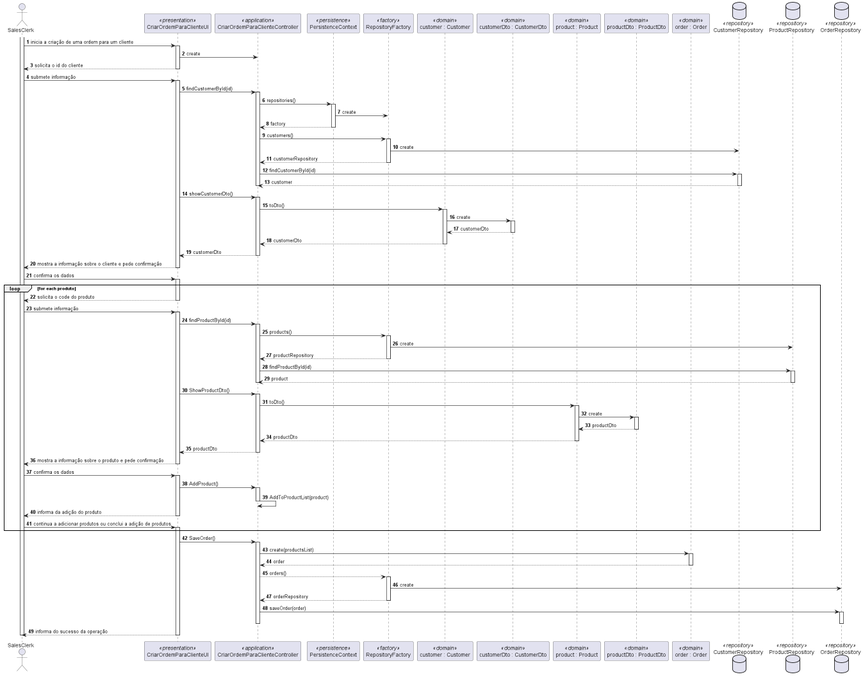
1190772/LAB-Project-4 keeps this PlantUML diagram as Documentação/1190679/US1004/1004_SD.png. Above is the earlier version. Its diagram source:
```plantuml
@startuml
autonumber
actor "SalesClerk" as SC
participant "CriarOrdemParaClienteUI" as UI <<presentation>>
participant "CriarOrdemParaClienteController" as CTRL <<application>>
participant PersistenceContext as PER <<persistence>>
participant "RepositoryFactory" as REPOFACT <<factory>>
participant "customer : Customer" as CUST <<domain>>
participant "customerDto : CustomerDto" as custDTO <<domain>>
participant "product : Product" as PROD <<domain>>
participant "productDto : ProductDto" as prodDTO <<domain>>
participant "order : Order" as ORD <<domain>>
database "CustomerRepository" as custREPO <<repository>>
database "ProductRepository" as prodREPO <<repository>>
database "OrderRepository" as ordREPO <<repository>>



activate SC
SC -> UI : inicia a criação de uma ordem para um cliente
activate UI
UI -> CTRL : create
UI --> SC : solicita o id do cliente
deactivate UI
SC -> UI : submete informação
activate UI
UI -> CTRL : findCustomerById(id)
activate CTRL
CTRL -> PER : repositories()
activate PER
PER -> REPOFACT : create
PER --> CTRL : factory
deactivate PER
CTRL -> REPOFACT : customers()
activate REPOFACT
REPOFACT -> custREPO : create
REPOFACT --> CTRL : customerRepository
deactivate REPOFACT
CTRL -> custREPO : findCustomerById(id)
activate custREPO
custREPO --> CTRL : customer
deactivate custREPO
deactivate CTRL
UI -> CTRL : showCustomerDto()
activate CTRL
CTRL -> CUST : toDto()
activate CUST
CUST -> custDTO : create
activate custDTO
custDTO --> CUST : customerDto
deactivate custDTO
CUST --> CTRL : customerDto
deactivate CUST
CTRL --> UI : customerDto
deactivate CTRL
UI --> SC : mostra a informação sobre o cliente e pede confirmação
deactivate UI
SC -> UI : confirma os dados
activate UI

loop for each produto
UI --> SC : solicita o code do produto
deactivate UI
SC -> UI : submete informação
activate UI
UI -> CTRL : findProductById(id)
activate CTRL
CTRL -> REPOFACT : products()
activate REPOFACT
REPOFACT -> prodREPO : create
REPOFACT --> CTRL : productRepository
deactivate REPOFACT
CTRL -> prodREPO : findProductById(id)
activate prodREPO
prodREPO --> CTRL : product
deactivate prodREPO
deactivate CTRL
UI -> CTRL : ShowProductDto()
activate CTRL
CTRL -> PROD : toDto()
activate PROD
PROD -> prodDTO : create
activate prodDTO
prodDTO --> PROD : productDto
deactivate prodDTO
PROD --> CTRL : productDto
deactivate PROD
CTRL --> UI : productDto
deactivate CTRL
UI --> SC : mostra a informação sobre o produto e pede confirmação
deactivate UI
SC -> UI : confirma os dados
activate UI
UI -> CTRL : AddProduct()
activate CTRL
CTRL -> CTRL : AddToProductList(product)
deactivate CTRL
UI --> SC : informa da adição do produto
deactivate UI
SC -> UI : continua a adicionar produtos ou conclui a adição de produtos
activate UI
end
UI -> CTRL : SaveOrder()
activate CTRL
CTRL -> ORD : create(productsList)
activate ORD
ORD --> CTRL : order
deactivate ORD
CTRL --> REPOFACT : orders()
activate REPOFACT
REPOFACT -> ordREPO : create
REPOFACT --> CTRL : orderRepository
deactivate REPOFACT
CTRL -> ordREPO : saveOrder(order)
activate ordREPO
deactivate ordREPO
deactivate CTRL
UI --> SC : informa do sucesso da operação
deactivate UI

deactivate SC

@enduml
```
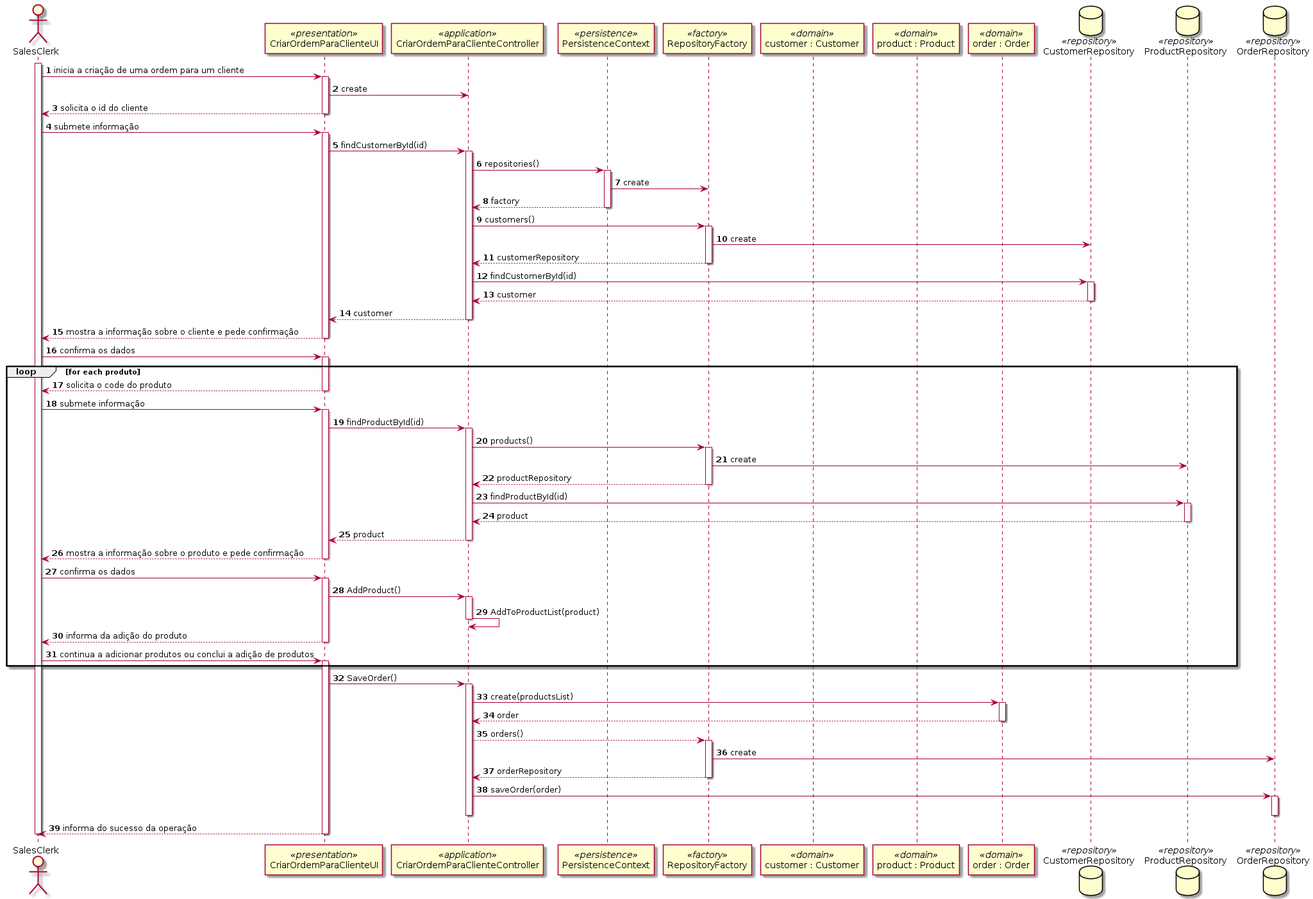
The same file after the commit.

Change to the diagram source:
```diff
@@ -6,9 +6,7 @@
 participant PersistenceContext as PER <<persistence>>
 participant "RepositoryFactory" as REPOFACT <<factory>>
 participant "customer : Customer" as CUST <<domain>>
-participant "customerDto : CustomerDto" as custDTO <<domain>>
 participant "product : Product" as PROD <<domain>>
-participant "productDto : ProductDto" as prodDTO <<domain>>
 participant "order : Order" as ORD <<domain>>
 database "CustomerRepository" as custREPO <<repository>>
 database "ProductRepository" as prodREPO <<repository>>
@@ -40,18 +38,7 @@
 activate custREPO
 custREPO --> CTRL : customer
 deactivate custREPO
-deactivate CTRL
-UI -> CTRL : showCustomerDto()
-activate CTRL
-CTRL -> CUST : toDto()
-activate CUST
-CUST -> custDTO : create
-activate custDTO
-custDTO --> CUST : customerDto
-deactivate custDTO
-CUST --> CTRL : customerDto
-deactivate CUST
-CTRL --> UI : customerDto
+CTRL --> UI : customer
 deactivate CTRL
 UI --> SC : mostra a informação sobre o cliente e pede confirmação
 deactivate UI
@@ -74,18 +61,7 @@
 activate prodREPO
 prodREPO --> CTRL : product
 deactivate prodREPO
-deactivate CTRL
-UI -> CTRL : ShowProductDto()
-activate CTRL
-CTRL -> PROD : toDto()
-activate PROD
-PROD -> prodDTO : create
-activate prodDTO
-prodDTO --> PROD : productDto
-deactivate prodDTO
-PROD --> CTRL : productDto
-deactivate PROD
-CTRL --> UI : productDto
+CTRL --> UI : product
 deactivate CTRL
 UI --> SC : mostra a informação sobre o produto e pede confirmação
 deactivate UI
@@ -119,5 +95,4 @@
 deactivate UI
 
 deactivate SC
-
 @enduml
```
